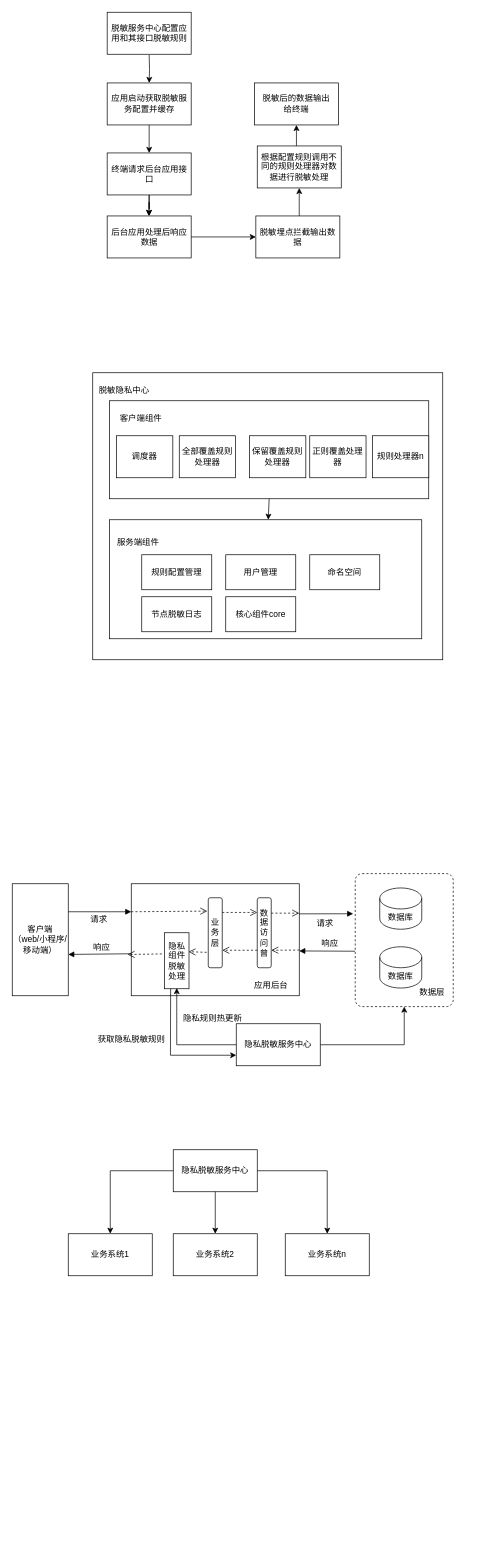
Earlier version of the draw.io diagram Untitled Diagram.drawio (chordcreater/chordcreater.github.io). Source tidied: cells renumbered, new cells numbered last; positions are measured from the earlier drawing's top-left corner, leaving out a move shared by most shapes. Both pictures are drawn from the tidied source at 70%, with x=0, y=0 at pixel (12, 12).
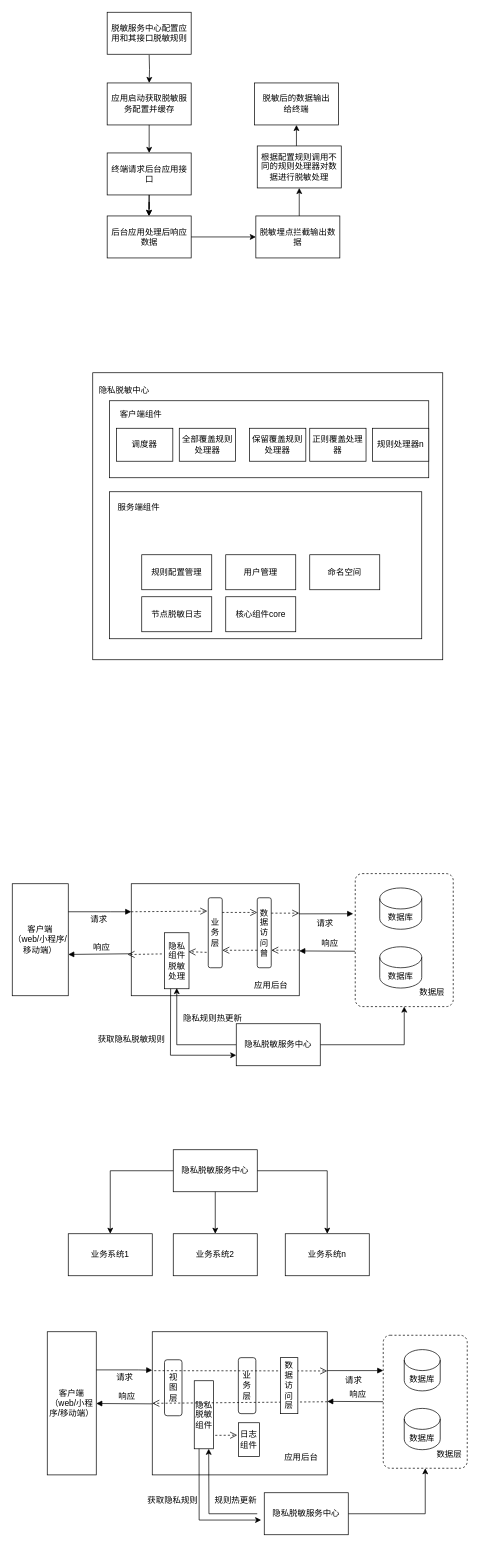
Above is the later version.

Change to the diagram source:
```diff
@@
+    <mxCell id="72" style="rounded=0;whiteSpace=wrap;html=1;strokeColor=default;fontFamily=Helvetica;fontSize=12;fontColor=default;fillColor=default;" parent="1" vertex="1">
+      <mxGeometry x="200" y="1885" width="250" height="204.5" as="geometry" />
+    </mxCell>
+    <mxCell id="73" value="视图层" style="rounded=1;whiteSpace=wrap;html=1;strokeColor=default;fontFamily=Helvetica;fontSize=12;fontColor=default;fillColor=default;" parent="1" vertex="1">
+      <mxGeometry x="217.5" y="1925" width="25" height="80" as="geometry" />
+    </mxCell>
+    <mxCell id="74" value="隐私脱敏&lt;br style=&quot;border-color: var(--border-color);&quot;&gt;&lt;span style=&quot;border-color: var(--border-color);&quot;&gt;组件&lt;/span&gt;" style="rounded=0;whiteSpace=wrap;html=1;strokeColor=default;fontFamily=Helvetica;fontSize=12;fontColor=default;fillColor=default;" parent="1" vertex="1">
+      <mxGeometry x="260" y="1955" width="27.5" height="97.2" as="geometry" />
+    </mxCell>
@@
     <mxCell id="16" style="rounded=0;whiteSpace=wrap;html=1;" parent="1" vertex="1">
-      <mxGeometry x="139" y="725" width="446" height="170" as="geometry" />
+      <mxGeometry x="139" y="685" width="446" height="210" as="geometry" />
     </mxCell>
     <mxCell id="17" value="服务端组件" style="text;html=1;strokeColor=none;fillColor=none;align=center;verticalAlign=middle;whiteSpace=wrap;rounded=0;" parent="1" vertex="1">
-      <mxGeometry x="135" y="725" width="90" height="65" as="geometry" />
+      <mxGeometry x="135.6" y="675" width="90" height="65" as="geometry" />
     </mxCell>
     <mxCell id="18" style="group;" parent="1" vertex="1">
-      <mxGeometry x="139" y="555" width="456" height="140" as="geometry" />
+      <mxGeometry x="139" y="555" width="456" height="110" as="geometry" />
     </mxCell>
     <mxCell id="19" style="rounded=0;whiteSpace=wrap;html=1;" parent="18" vertex="1">
-      <mxGeometry width="456" height="140" as="geometry" />
+      <mxGeometry width="456" height="110" as="geometry" />
     </mxCell>
     <mxCell id="20" value="客户端组件" style="text;html=1;strokeColor=none;fillColor=none;align=center;verticalAlign=middle;whiteSpace=wrap;rounded=0;" parent="18" vertex="1">
-      <mxGeometry x="-10" width="109.6" height="50" as="geometry" />
+      <mxGeometry x="-10" width="109.6" height="39.3" as="geometry" />
     </mxCell>
     <mxCell id="21" value="全部覆盖规则处理器" style="rounded=0;whiteSpace=wrap;html=1;" parent="18" vertex="1">
-      <mxGeometry x="99.6" y="50" width="80.4" height="60" as="geometry" />
+      <mxGeometry x="99.6" y="39.3" width="80.4" height="47.1" as="geometry" />
     </mxCell>
     <mxCell id="22" value="保留覆盖规则处理器" style="rounded=0;whiteSpace=wrap;html=1;" parent="18" vertex="1">
-      <mxGeometry x="200" y="50" width="80.4" height="60" as="geometry" />
+      <mxGeometry x="200" y="39.3" width="80.4" height="47.1" as="geometry" />
     </mxCell>
     <mxCell id="23" value="规则处理器n" style="rounded=0;whiteSpace=wrap;html=1;" parent="18" vertex="1">
-      <mxGeometry x="375.6" y="50" width="80.4" height="60" as="geometry" />
+      <mxGeometry x="375.6" y="39.3" width="80.4" height="47.1" as="geometry" />
     </mxCell>
     <mxCell id="24" value="调度器" style="rounded=0;whiteSpace=wrap;html=1;" parent="18" vertex="1">
-      <mxGeometry x="10" y="50" width="80.4" height="60" as="geometry" />
+      <mxGeometry x="10" y="39.3" width="80.4" height="47.1" as="geometry" />
     </mxCell>
     <mxCell id="25" value="正则覆盖处理器" style="rounded=0;whiteSpace=wrap;html=1;" parent="18" vertex="1">
-      <mxGeometry x="286" y="50" width="80.4" height="60" as="geometry" />
+      <mxGeometry x="286" y="39.3" width="80.4" height="47.1" as="geometry" />
     </mxCell>
@@
-    <mxCell id="29" value="脱敏隐私中心" style="text;html=1;strokeColor=none;fillColor=none;align=center;verticalAlign=middle;whiteSpace=wrap;rounded=0;" parent="1" vertex="1">
+    <mxCell id="29" value="隐私脱敏中心" style="text;html=1;strokeColor=none;fillColor=none;align=center;verticalAlign=middle;whiteSpace=wrap;rounded=0;" parent="1" vertex="1">
       <mxGeometry x="105" y="515" width="109.6" height="50" as="geometry" />
     </mxCell>
-    <mxCell id="30" style="endArrow=classic;html=1;rounded=0;exitX=0.5;exitY=1;exitDx=0;exitDy=0;" parent="1" edge="1" source="19" target="16">
-      <mxGeometry relative="1" as="geometry" />
-    </mxCell>
@@
+    <mxCell id="75" value="应用后台" style="text;html=1;strokeColor=none;fillColor=none;align=center;verticalAlign=middle;whiteSpace=wrap;rounded=0;fontSize=12;fontFamily=Helvetica;fontColor=default;" parent="1" vertex="1">
+      <mxGeometry x="383" y="2050" width="60" height="30" as="geometry" />
+    </mxCell>
+    <mxCell id="76" style="endArrow=classic;html=1;rounded=0;fontFamily=Helvetica;fontSize=12;fontColor=default;exitX=1;exitY=0.5;exitDx=0;exitDy=0;entryX=0.5;entryY=1;entryDx=0;entryDy=0;" parent="1" edge="1" source="94" target="84">
+      <mxGeometry relative="1" as="geometry">
+        <Array as="points">
+          <mxPoint x="590" y="2145" />
+        </Array>
+      </mxGeometry>
+    </mxCell>
+    <mxCell id="77" value="业务层" style="rounded=1;whiteSpace=wrap;html=1;strokeColor=default;fontFamily=Helvetica;fontSize=12;fontColor=default;fillColor=default;" parent="1" vertex="1">
+      <mxGeometry x="323" y="1922" width="25" height="80" as="geometry" />
+    </mxCell>
+    <mxCell id="78" value="客户端&lt;br&gt;（web/小程序/移动端）" style="rounded=0;whiteSpace=wrap;html=1;strokeColor=default;fontFamily=Helvetica;fontSize=12;fontColor=default;fillColor=default;" parent="1" vertex="1">
+      <mxGeometry x="50" y="1885" width="70" height="204.5" as="geometry" />
+    </mxCell>
+    <mxCell id="79" value="请求" style="html=1;verticalAlign=bottom;labelBackgroundColor=none;endArrow=block;endFill=1;endSize=6;align=left;rounded=0;fontFamily=Helvetica;fontSize=12;fontColor=default;exitX=1;exitY=0.25;exitDx=0;exitDy=0;" parent="1" edge="1">
+      <mxGeometry x="-0.33" y="-20" relative="1" as="geometry">
+        <mxPoint x="120" y="1939.5" as="sourcePoint" />
+        <mxPoint x="200" y="1940" as="targetPoint" />
+        <Array as="points">
+          <mxPoint x="180" y="1939.5" />
+        </Array>
+      </mxGeometry>
+    </mxCell>
+    <mxCell id="80" value="请求" style="html=1;verticalAlign=bottom;labelBackgroundColor=none;endArrow=block;endFill=1;endSize=6;align=left;rounded=0;fontFamily=Helvetica;fontSize=12;fontColor=default;entryX=0;entryY=0.25;entryDx=0;entryDy=0;" parent="1" edge="1">
+      <mxGeometry x="-0.4" y="-23" relative="1" as="geometry">
+        <mxPoint x="450" y="1940.5" as="sourcePoint" />
+        <mxPoint x="530" y="1940.5" as="targetPoint" />
+      </mxGeometry>
+    </mxCell>
+    <mxCell id="81" value="响应" style="html=1;verticalAlign=bottom;labelBackgroundColor=none;endArrow=block;endFill=1;endSize=6;align=left;rounded=0;fontFamily=Helvetica;fontSize=12;fontColor=default;exitX=-0.002;exitY=0.652;exitDx=0;exitDy=0;exitPerimeter=0;" parent="1" edge="1">
+      <mxGeometry x="0.25" y="-1" relative="1" as="geometry">
+        <mxPoint x="529.7" y="1984.9" as="sourcePoint" />
+        <mxPoint x="450" y="1984.5" as="targetPoint" />
+      </mxGeometry>
+    </mxCell>
+    <mxCell id="82" value="响应" style="html=1;verticalAlign=bottom;labelBackgroundColor=none;endArrow=block;endFill=1;endSize=6;align=left;rounded=0;fontFamily=Helvetica;fontSize=12;fontColor=default;" parent="1" edge="1">
+      <mxGeometry x="0.25" y="-1" relative="1" as="geometry">
+        <mxPoint x="200" y="1988" as="sourcePoint" />
+        <mxPoint x="120" y="1987.5" as="targetPoint" />
+      </mxGeometry>
+    </mxCell>
+    <mxCell id="83" style="group;" parent="1" vertex="1">
+      <mxGeometry x="530" y="1890" width="120" height="190" as="geometry" />
+    </mxCell>
+    <mxCell id="84" style="html=1;align=center;verticalAlign=top;rounded=1;absoluteArcSize=1;arcSize=20;dashed=1;whiteSpace=wrap;strokeColor=default;fontFamily=Helvetica;fontSize=12;fontColor=default;fillColor=default;" parent="83" vertex="1">
+      <mxGeometry width="120" height="190" as="geometry" />
+    </mxCell>
+    <mxCell id="85" value="数据库" style="shape=cylinder3;whiteSpace=wrap;html=1;boundedLbl=1;backgroundOutline=1;size=15;rounded=0;strokeColor=default;fontFamily=Helvetica;fontSize=12;fontColor=default;fillColor=default;" parent="83" vertex="1">
+      <mxGeometry x="30" y="104.5" width="51.4" height="59" as="geometry" />
+    </mxCell>
+    <mxCell id="86" value="数据库" style="shape=cylinder3;whiteSpace=wrap;html=1;boundedLbl=1;backgroundOutline=1;size=15;rounded=0;strokeColor=default;fontFamily=Helvetica;fontSize=12;fontColor=default;fillColor=default;" parent="83" vertex="1">
+      <mxGeometry x="30" y="20.5" width="51.4" height="59" as="geometry" />
+    </mxCell>
+    <mxCell id="87" value="数据层" style="text;html=1;strokeColor=none;fillColor=none;align=center;verticalAlign=middle;whiteSpace=wrap;rounded=0;fontSize=12;fontFamily=Helvetica;fontColor=default;" parent="83" vertex="1">
+      <mxGeometry x="68.6" y="154.5" width="51.4" height="30" as="geometry" />
+    </mxCell>
+    <mxCell id="88" style="endArrow=classic;html=1;rounded=0;fontFamily=Helvetica;fontSize=12;fontColor=default;entryX=-0.037;entryY=0.65;entryDx=0;entryDy=0;entryPerimeter=0;exitX=0.25;exitY=1;exitDx=0;exitDy=0;" parent="1" edge="1" source="74" target="94">
+      <mxGeometry relative="1" as="geometry">
+        <Array as="points">
+          <mxPoint x="267" y="2154" />
+        </Array>
+      </mxGeometry>
+    </mxCell>
+    <mxCell id="89" value="获取隐私规则" style="edgeLabel;html=1;align=center;verticalAlign=middle;rounded=0;strokeColor=default;fontFamily=Helvetica;fontSize=12;fontColor=default;fillColor=default;" parent="88" vertex="1">
+      <mxGeometry relative="1" as="geometry">
+        <mxPoint x="-38" y="-22" as="offset" />
+      </mxGeometry>
+    </mxCell>
+    <mxCell id="90" style="endArrow=open;startArrow=none;endFill=0;startFill=0;endSize=8;html=1;verticalAlign=bottom;dashed=1;labelBackgroundColor=none;rounded=0;fontFamily=Helvetica;fontSize=12;fontColor=default;entryX=0;entryY=0.5;entryDx=0;entryDy=0;" parent="1" edge="1" target="72">
+      <mxGeometry relative="1" as="geometry">
+        <mxPoint x="450" y="1985" as="sourcePoint" />
+      </mxGeometry>
+    </mxCell>
+    <mxCell id="91" style="endArrow=open;startArrow=none;endFill=0;startFill=0;endSize=8;html=1;verticalAlign=bottom;dashed=1;labelBackgroundColor=none;rounded=0;fontFamily=Helvetica;fontSize=12;fontColor=default;exitX=0.011;exitY=0.301;exitDx=0;exitDy=0;exitPerimeter=0;" parent="1" edge="1">
+      <mxGeometry relative="1" as="geometry">
+        <mxPoint x="202.8" y="1940.6" as="sourcePoint" />
+        <mxPoint x="450" y="1941" as="targetPoint" />
+      </mxGeometry>
+    </mxCell>
+    <mxCell id="92" style="endArrow=classic;html=1;rounded=0;fontFamily=Helvetica;fontSize=12;fontColor=default;entryX=0.75;entryY=1;entryDx=0;entryDy=0;" parent="1" edge="1" target="74">
+      <mxGeometry relative="1" as="geometry">
+        <mxPoint x="350" y="2145" as="sourcePoint" />
+        <Array as="points">
+          <mxPoint x="281" y="2145" />
+        </Array>
+      </mxGeometry>
+    </mxCell>
+    <mxCell id="93" value="规则热更新" style="edgeLabel;html=1;align=center;verticalAlign=middle;rounded=0;strokeColor=default;fontFamily=Helvetica;fontSize=12;fontColor=default;fillColor=default;" parent="92" vertex="1">
+      <mxGeometry relative="1" as="geometry">
+        <mxPoint x="38" y="-8" as="offset" />
+      </mxGeometry>
+    </mxCell>
+    <mxCell id="94" value="隐私脱敏服务中心" style="rounded=0;whiteSpace=wrap;html=1;strokeColor=default;fontFamily=Helvetica;fontSize=12;fontColor=default;fillColor=default;" parent="1" vertex="1">
+      <mxGeometry x="360" y="2115" width="120" height="60" as="geometry" />
+    </mxCell>
+    <mxCell id="95" value="日志组件" style="rounded=0;whiteSpace=wrap;html=1;strokeColor=default;fontFamily=Helvetica;fontSize=12;fontColor=default;fillColor=default;" parent="1" vertex="1">
+      <mxGeometry x="323" y="2015" width="30" height="48" as="geometry" />
+    </mxCell>
+    <mxCell id="96" value="数据访问层" style="rounded=0;whiteSpace=wrap;html=1;strokeColor=default;fontFamily=Helvetica;fontSize=12;fontColor=default;fillColor=default;" parent="1" vertex="1">
+      <mxGeometry x="383" y="1922" width="25" height="80" as="geometry" />
+    </mxCell>
+    <mxCell id="97" style="endArrow=open;startArrow=none;endFill=0;startFill=0;endSize=8;html=1;verticalAlign=bottom;dashed=1;labelBackgroundColor=none;rounded=0;fontFamily=Helvetica;fontSize=12;fontColor=default;entryX=-0.055;entryY=0.37;entryDx=0;entryDy=0;entryPerimeter=0;" parent="1" edge="1" target="95">
+      <mxGeometry relative="1" as="geometry">
+        <mxPoint x="290" y="2033" as="sourcePoint" />
+      </mxGeometry>
+    </mxCell>
```
